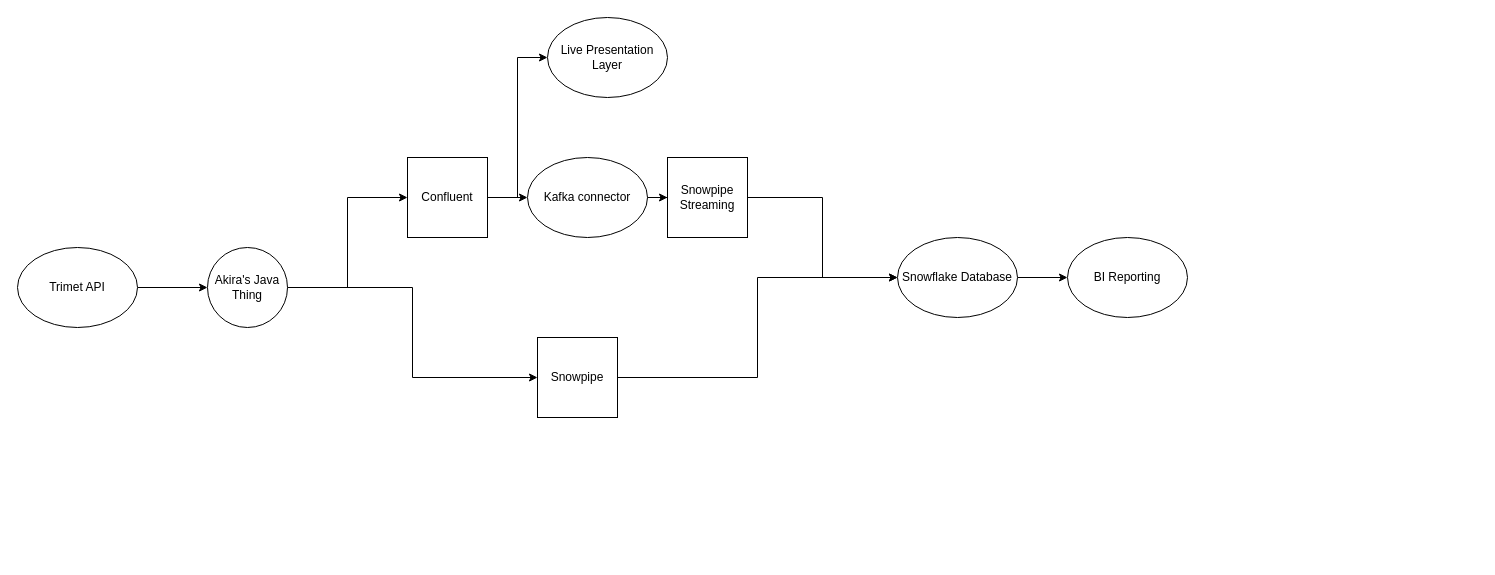
Above: page "Version 2" (2 of 2) of Transportation Hub DFD.drawio in ResourceDataInc/TransportationHub (draw.io), before the change. Source tidied: cells renumbered, new cells numbered last; positions are measured from the earlier drawing's top-left corner, leaving out a move shared by most shapes. Both pictures are drawn from the tidied source at 100%, with x=0, y=0 at pixel (17, 17).
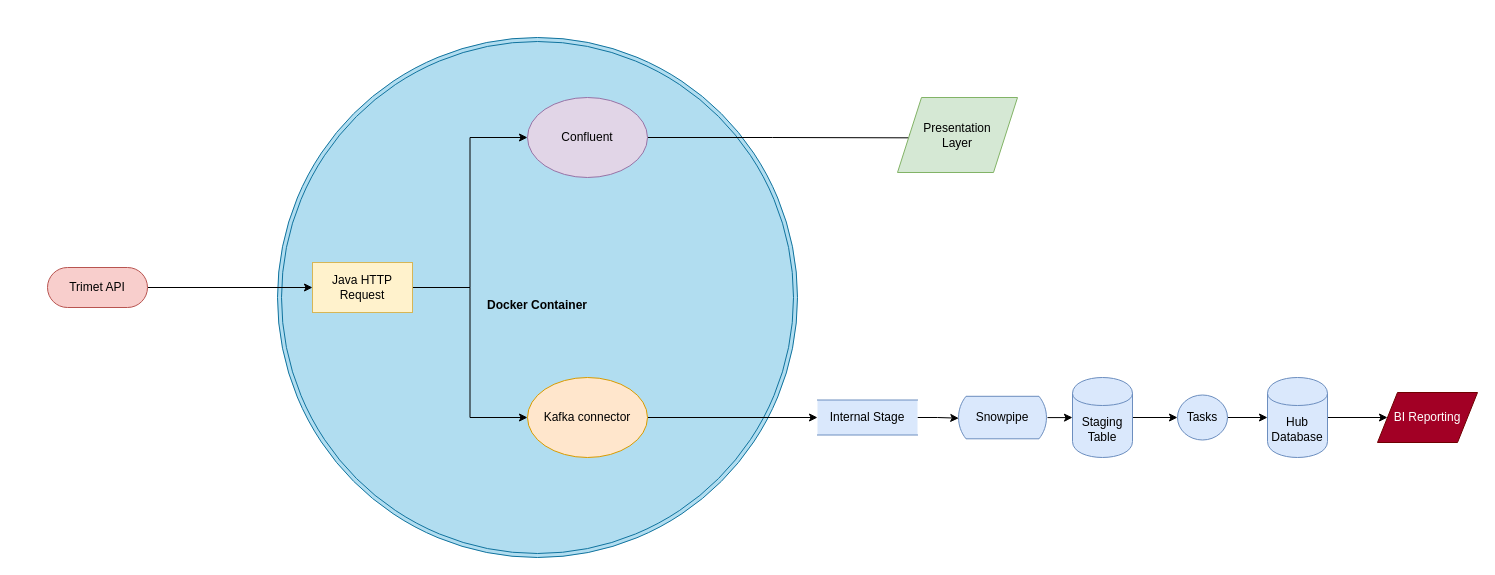
The same page after the edit.

Change to the diagram source:
```diff
@@
-    <mxCell id="2" style="edgeStyle=orthogonalEdgeStyle;rounded=0;jettySize=auto;html=1;entryX=0;entryY=0.5;entryDx=0;entryDy=0;" parent="1" edge="1" source="3" target="6">
-      <mxGeometry relative="1" as="geometry" />
-    </mxCell>
+    <mxCell id="20" value="&lt;br&gt;&lt;b&gt;Docker Container&lt;/b&gt;" style="ellipse;shape=doubleEllipse;html=1;dashed=0;whiteSpace=wrap;fillColor=#b1ddf0;strokeColor=#10739e;" parent="1" vertex="1">
+      <mxGeometry x="260" y="20" width="520" height="520" as="geometry" />
+    </mxCell>
+    <mxCell id="21" style="edgeStyle=orthogonalEdgeStyle;rounded=0;jettySize=auto;html=1;exitX=1;exitY=0.5;exitDx=0;exitDy=0;entryX=0;entryY=0.5;entryDx=0;entryDy=0;" parent="1" edge="1" source="13" target="27">
+      <mxGeometry relative="1" as="geometry" />
+    </mxCell>
+    <mxCell id="13" value="Kafka connector" style="ellipse;whiteSpace=wrap;html=1;fillColor=#ffe6cc;strokeColor=#d79b00;" parent="1" vertex="1">
+      <mxGeometry x="510" y="360" width="120" height="80" as="geometry" />
+    </mxCell>
+    <mxCell id="22" style="edgeStyle=orthogonalEdgeStyle;rounded=0;jettySize=auto;html=1;" parent="1" edge="1" source="3" target="25">
+      <mxGeometry relative="1" as="geometry" />
+    </mxCell>
-    <mxCell id="3" value="Trimet API" style="ellipse;whiteSpace=wrap;html=1;" parent="1" vertex="1">
-      <mxGeometry y="230" width="120" height="80" as="geometry" />
+    <mxCell id="3" value="Trimet API" style="html=1;dashed=0;whiteSpace=wrap;shape=mxgraph.dfd.start;fillColor=#f8cecc;strokeColor=#b85450;" parent="1" vertex="1">
+      <mxGeometry x="30" y="250" width="100" height="40" as="geometry" />
     </mxCell>
-    <mxCell id="4" style="edgeStyle=orthogonalEdgeStyle;rounded=0;jettySize=auto;html=1;entryX=0;entryY=0.5;entryDx=0;entryDy=0;" parent="1" edge="1" source="6" target="9">
-      <mxGeometry relative="1" as="geometry" />
-    </mxCell>
-    <mxCell id="5" style="edgeStyle=orthogonalEdgeStyle;rounded=0;jettySize=auto;html=1;entryX=0;entryY=0.5;entryDx=0;entryDy=0;" parent="1" edge="1" source="6" target="11">
-      <mxGeometry relative="1" as="geometry" />
-    </mxCell>
-    <mxCell id="6" value="Akira's Java Thing" style="ellipse;whiteSpace=wrap;html=1;" parent="1" vertex="1">
-      <mxGeometry x="190" y="230" width="80" height="80" as="geometry" />
-    </mxCell>
-    <mxCell id="7" style="edgeStyle=orthogonalEdgeStyle;rounded=0;jettySize=auto;html=1;" parent="1" edge="1" source="9" target="13">
-      <mxGeometry relative="1" as="geometry" />
-    </mxCell>
-    <mxCell id="8" style="edgeStyle=orthogonalEdgeStyle;rounded=0;jettySize=auto;html=1;entryX=0;entryY=0.5;entryDx=0;entryDy=0;" parent="1" edge="1" source="9" target="18">
-      <mxGeometry relative="1" as="geometry" />
-    </mxCell>
+    <mxCell id="23" style="edgeStyle=orthogonalEdgeStyle;rounded=0;jettySize=auto;html=1;entryX=0;entryY=0.5;entryDx=0;entryDy=0;" parent="1" edge="1" source="25" target="13">
+      <mxGeometry relative="1" as="geometry" />
+    </mxCell>
+    <mxCell id="24" style="edgeStyle=orthogonalEdgeStyle;rounded=0;jettySize=auto;html=1;entryX=0;entryY=0.5;entryDx=0;entryDy=0;" parent="1" edge="1" source="25" target="9">
+      <mxGeometry relative="1" as="geometry" />
+    </mxCell>
+    <mxCell id="25" value="Java HTTP Request" style="html=1;dashed=0;whiteSpace=wrap;fillColor=#fff2cc;strokeColor=#d6b656;" parent="1" vertex="1">
+      <mxGeometry x="295" y="245" width="100" height="50" as="geometry" />
+    </mxCell>
+    <mxCell id="26" style="edgeStyle=orthogonalEdgeStyle;rounded=0;jettySize=auto;html=1;entryX=0.014;entryY=0.515;entryDx=0;entryDy=0;entryPerimeter=0;" parent="1" edge="1" source="27" target="11">
+      <mxGeometry relative="1" as="geometry" />
+    </mxCell>
+    <mxCell id="27" value="Internal Stage" style="html=1;dashed=0;whiteSpace=wrap;shape=partialRectangle;right=0;left=0;fillColor=#dae8fc;strokeColor=#6c8ebf;" parent="1" vertex="1">
+      <mxGeometry x="800" y="382.5" width="100" height="35" as="geometry" />
+    </mxCell>
+    <mxCell id="28" style="edgeStyle=orthogonalEdgeStyle;rounded=0;jettySize=auto;html=1;" parent="1" edge="1" source="11" target="30">
+      <mxGeometry relative="1" as="geometry" />
+    </mxCell>
+    <mxCell id="11" value="Snowpipe" style="html=1;dashed=0;whiteSpace=wrap;shape=mxgraph.dfd.loop;fillColor=#dae8fc;strokeColor=#6c8ebf;" parent="1" vertex="1">
+      <mxGeometry x="940" y="378.8" width="90" height="42.5" as="geometry" />
+    </mxCell>
+    <mxCell id="29" style="edgeStyle=orthogonalEdgeStyle;rounded=0;jettySize=auto;html=1;entryX=0;entryY=0.5;entryDx=0;entryDy=0;" parent="1" edge="1" source="30" target="34">
+      <mxGeometry relative="1" as="geometry" />
+    </mxCell>
+    <mxCell id="30" value="Staging Table" style="shape=cylinder;whiteSpace=wrap;html=1;boundedLbl=1;backgroundOutline=1;fillColor=#dae8fc;strokeColor=#6c8ebf;" parent="1" vertex="1">
+      <mxGeometry x="1055" y="360" width="60" height="80" as="geometry" />
+    </mxCell>
+    <mxCell id="31" style="edgeStyle=orthogonalEdgeStyle;rounded=0;jettySize=auto;html=1;entryX=0.167;entryY=0.538;entryDx=0;entryDy=0;entryPerimeter=0;" parent="1" edge="1" source="9" target="32">
+      <mxGeometry relative="1" as="geometry" />
+    </mxCell>
-    <mxCell id="9" value="Confluent" style="whiteSpace=wrap;html=1;" parent="1" vertex="1">
-      <mxGeometry x="390" y="140" width="80" height="80" as="geometry" />
+    <mxCell id="9" value="Confluent" style="ellipse;whiteSpace=wrap;html=1;fillColor=#e1d5e7;strokeColor=#9673a6;" parent="1" vertex="1">
+      <mxGeometry x="510" y="80" width="120" height="80" as="geometry" />
     </mxCell>
-    <mxCell id="10" style="edgeStyle=orthogonalEdgeStyle;rounded=0;jettySize=auto;html=1;entryX=0;entryY=0.5;entryDx=0;entryDy=0;" parent="1" edge="1" source="11" target="17">
-      <mxGeometry relative="1" as="geometry" />
-    </mxCell>
-    <mxCell id="11" value="Snowpipe" style="whiteSpace=wrap;html=1;" parent="1" vertex="1">
-      <mxGeometry x="520" y="320" width="80" height="80" as="geometry" />
-    </mxCell>
-    <mxCell id="12" style="edgeStyle=orthogonalEdgeStyle;rounded=0;jettySize=auto;html=1;" parent="1" edge="1" source="13" target="15">
-      <mxGeometry relative="1" as="geometry" />
-    </mxCell>
-    <mxCell id="13" value="Kafka connector" style="ellipse;whiteSpace=wrap;html=1;" parent="1" vertex="1">
-      <mxGeometry x="510" y="140" width="120" height="80" as="geometry" />
-    </mxCell>
-    <mxCell id="14" style="edgeStyle=orthogonalEdgeStyle;rounded=0;jettySize=auto;html=1;entryX=0;entryY=0.5;entryDx=0;entryDy=0;" parent="1" edge="1" source="15" target="17">
-      <mxGeometry relative="1" as="geometry" />
-    </mxCell>
-    <mxCell id="15" value="Snowpipe Streaming" style="whiteSpace=wrap;html=1;" parent="1" vertex="1">
-      <mxGeometry x="650" y="140" width="80" height="80" as="geometry" />
-    </mxCell>
-    <mxCell id="16" style="edgeStyle=orthogonalEdgeStyle;rounded=0;jettySize=auto;html=1;entryX=0;entryY=0.5;entryDx=0;entryDy=0;" parent="1" edge="1" source="17" target="19">
-      <mxGeometry relative="1" as="geometry" />
-    </mxCell>
-    <mxCell id="17" value="Snowflake Database" style="ellipse;whiteSpace=wrap;html=1;" parent="1" vertex="1">
-      <mxGeometry x="880" y="220" width="120" height="80" as="geometry" />
-    </mxCell>
-    <mxCell id="18" value="Live Presentation Layer" style="ellipse;whiteSpace=wrap;html=1;" parent="1" vertex="1">
-      <mxGeometry x="530" width="120" height="80" as="geometry" />
-    </mxCell>
+    <mxCell id="32" value="Presentation&lt;br&gt;Layer" style="shape=parallelogram;perimeter=parallelogramPerimeter;whiteSpace=wrap;html=1;dashed=0;fillColor=#d5e8d4;strokeColor=#82b366;" parent="1" vertex="1">
+      <mxGeometry x="880" y="80" width="120" height="75" as="geometry" />
+    </mxCell>
+    <mxCell id="33" style="edgeStyle=orthogonalEdgeStyle;rounded=0;jettySize=auto;html=1;entryX=0;entryY=0.5;entryDx=0;entryDy=0;" parent="1" edge="1" source="34" target="36">
+      <mxGeometry relative="1" as="geometry" />
+    </mxCell>
+    <mxCell id="34" value="Tasks" style="shape=ellipse;html=1;dashed=0;whiteSpace=wrap;perimeter=ellipsePerimeter;fillColor=#dae8fc;strokeColor=#6c8ebf;" parent="1" vertex="1">
+      <mxGeometry x="1160" y="377.5" width="50" height="45" as="geometry" />
+    </mxCell>
+    <mxCell id="35" style="edgeStyle=orthogonalEdgeStyle;rounded=0;jettySize=auto;html=1;entryX=0;entryY=0.5;entryDx=0;entryDy=0;" parent="1" edge="1" source="36" target="19">
+      <mxGeometry relative="1" as="geometry" />
+    </mxCell>
+    <mxCell id="36" value="Hub Database" style="shape=cylinder;whiteSpace=wrap;html=1;boundedLbl=1;backgroundOutline=1;fillColor=#dae8fc;strokeColor=#6c8ebf;" parent="1" vertex="1">
+      <mxGeometry x="1250" y="360" width="60" height="80" as="geometry" />
+    </mxCell>
-    <mxCell id="19" value="BI Reporting" style="ellipse;whiteSpace=wrap;html=1;" parent="1" vertex="1">
-      <mxGeometry x="1050" y="220" width="120" height="80" as="geometry" />
+    <mxCell id="19" value="BI Reporting" style="shape=parallelogram;perimeter=parallelogramPerimeter;whiteSpace=wrap;html=1;dashed=0;fillColor=#a20025;fontColor=#ffffff;strokeColor=#6F0000;" parent="1" vertex="1">
+      <mxGeometry x="1360" y="375" width="100" height="50" as="geometry" />
     </mxCell>
```
